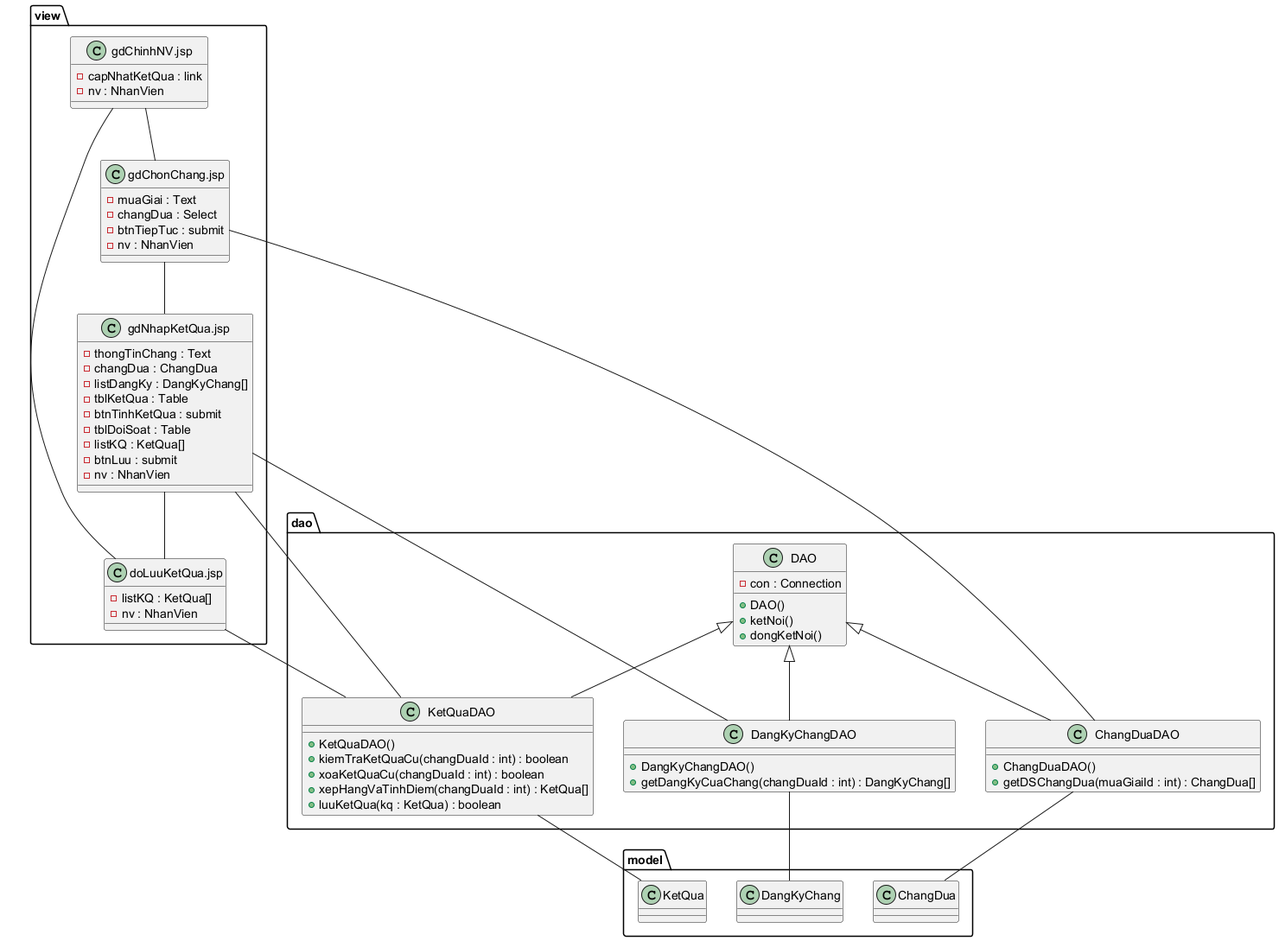
Earlier version of the PlantUML export Module 3 - Kiet/hinh/ref/5-bieu-do-lop-thiet-ke-view-dao-model.png (7gho/CNPM-He2026).
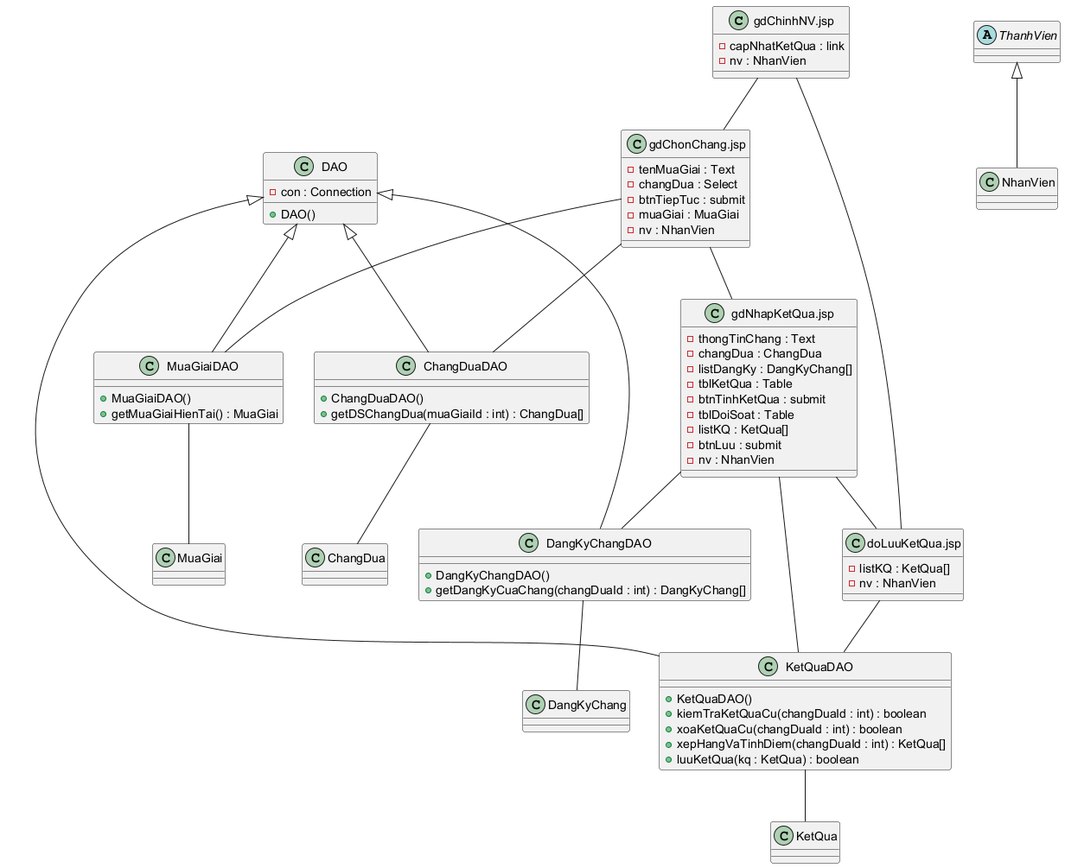
After the change.

What changed in the source:
```diff
@@ -1,62 +1,64 @@
 @startuml
-package view {
-  class "gdChinhNV.jsp" as gdChinhNV {
-    -capNhatKetQua : link
-    -nv : NhanVien
-  }
-  class "gdChonChang.jsp" as gdChonChang {
-    -muaGiai : Text
-    -changDua : Select
-    -btnTiepTuc : submit
-    -nv : NhanVien
-  }
-  class "gdNhapKetQua.jsp" as gdNhapKetQua {
-    -thongTinChang : Text
-    -changDua : ChangDua
-    -listDangKy : DangKyChang[]
-    -tblKetQua : Table
-    -btnTinhKetQua : submit
-    -tblDoiSoat : Table
-    -listKQ : KetQua[]
-    -btnLuu : submit
-    -nv : NhanVien
-  }
-  class "doLuuKetQua.jsp" as doLuuKetQua {
-    -listKQ : KetQua[]
-    -nv : NhanVien
-  }
+class "gdChinhNV.jsp" as gdChinhNV {
+  -capNhatKetQua : link
+  -nv : NhanVien
+}
+class "gdChonChang.jsp" as gdChonChang {
+  -tenMuaGiai : Text
+  -changDua : Select
+  -btnTiepTuc : submit
+  -muaGiai : MuaGiai
+  -nv : NhanVien
+}
+class "gdNhapKetQua.jsp" as gdNhapKetQua {
+  -thongTinChang : Text
+  -changDua : ChangDua
+  -listDangKy : DangKyChang[]
+  -tblKetQua : Table
+  -btnTinhKetQua : submit
+  -tblDoiSoat : Table
+  -listKQ : KetQua[]
+  -btnLuu : submit
+  -nv : NhanVien
+}
+class "doLuuKetQua.jsp" as doLuuKetQua {
+  -listKQ : KetQua[]
+  -nv : NhanVien
 }
 
-package dao {
-  class DAO {
-    -con : Connection
-    +DAO()
-    +ketNoi()
-    +dongKetNoi()
-  }
-  class ChangDuaDAO {
-    +ChangDuaDAO()
-    +getDSChangDua(muaGiaiId : int) : ChangDua[]
-  }
-  class DangKyChangDAO {
-    +DangKyChangDAO()
-    +getDangKyCuaChang(changDuaId : int) : DangKyChang[]
-  }
-  class KetQuaDAO {
-    +KetQuaDAO()
-    +kiemTraKetQuaCu(changDuaId : int) : boolean
-    +xoaKetQuaCu(changDuaId : int) : boolean
-    +xepHangVaTinhDiem(changDuaId : int) : KetQua[]
-    +luuKetQua(kq : KetQua) : boolean
-  }
+class DAO {
+  -con : Connection
+  +DAO()
+}
+class MuaGiaiDAO {
+  +MuaGiaiDAO()
+  +getMuaGiaiHienTai() : MuaGiai
+}
+class ChangDuaDAO {
+  +ChangDuaDAO()
+  +getDSChangDua(muaGiaiId : int) : ChangDua[]
+}
+class DangKyChangDAO {
+  +DangKyChangDAO()
+  +getDangKyCuaChang(changDuaId : int) : DangKyChang[]
+}
+class KetQuaDAO {
+  +KetQuaDAO()
+  +kiemTraKetQuaCu(changDuaId : int) : boolean
+  +xoaKetQuaCu(changDuaId : int) : boolean
+  +xepHangVaTinhDiem(changDuaId : int) : KetQua[]
+  +luuKetQua(kq : KetQua) : boolean
 }
 
-package model {
-  class ChangDua
-  class DangKyChang
-  class KetQua
-}
+class MuaGiai
+class ChangDua
+class DangKyChang
+class KetQua
+abstract class ThanhVien
+class NhanVien
+ThanhVien <|-- NhanVien
 
+DAO <|-- MuaGiaiDAO
 DAO <|-- ChangDuaDAO
 DAO <|-- DangKyChangDAO
 DAO <|-- KetQuaDAO
@@ -66,11 +68,13 @@
 gdNhapKetQua -- doLuuKetQua
 doLuuKetQua -- gdChinhNV
 
+gdChonChang -- MuaGiaiDAO
 gdChonChang -- ChangDuaDAO
 gdNhapKetQua -- DangKyChangDAO
 gdNhapKetQua -- KetQuaDAO
 doLuuKetQua -- KetQuaDAO
 
+MuaGiaiDAO -- MuaGiai
 ChangDuaDAO -- ChangDua
 DangKyChangDAO -- DangKyChang
 KetQuaDAO -- KetQua
```
